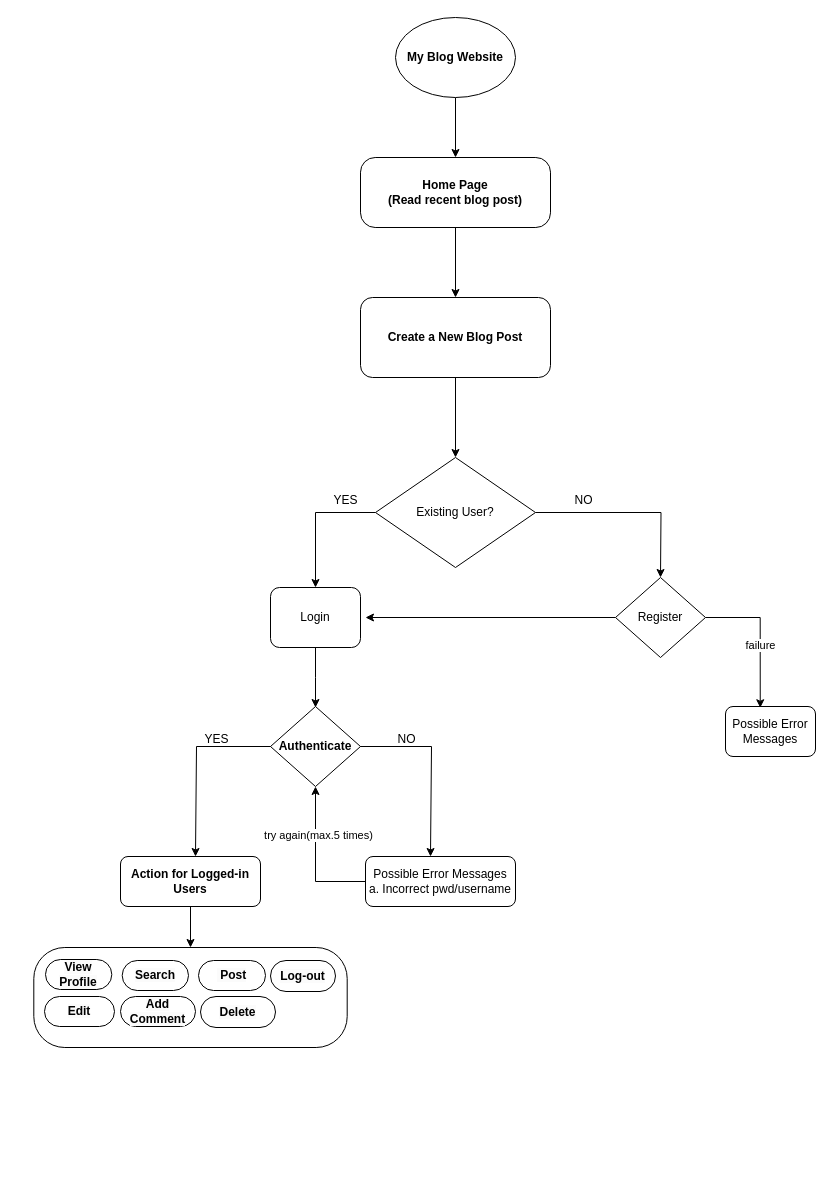
Earlier version of the draw.io diagram assets/css/Untitled Diagram.drawio (hsjoi0214/Testing_Project). Source tidied: cells renumbered, new cells numbered last; positions are measured from the earlier drawing's top-left corner, leaving out a move shared by most shapes. Both pictures are drawn from the tidied source at 100%, with x=0, y=0 at pixel (33, 17).
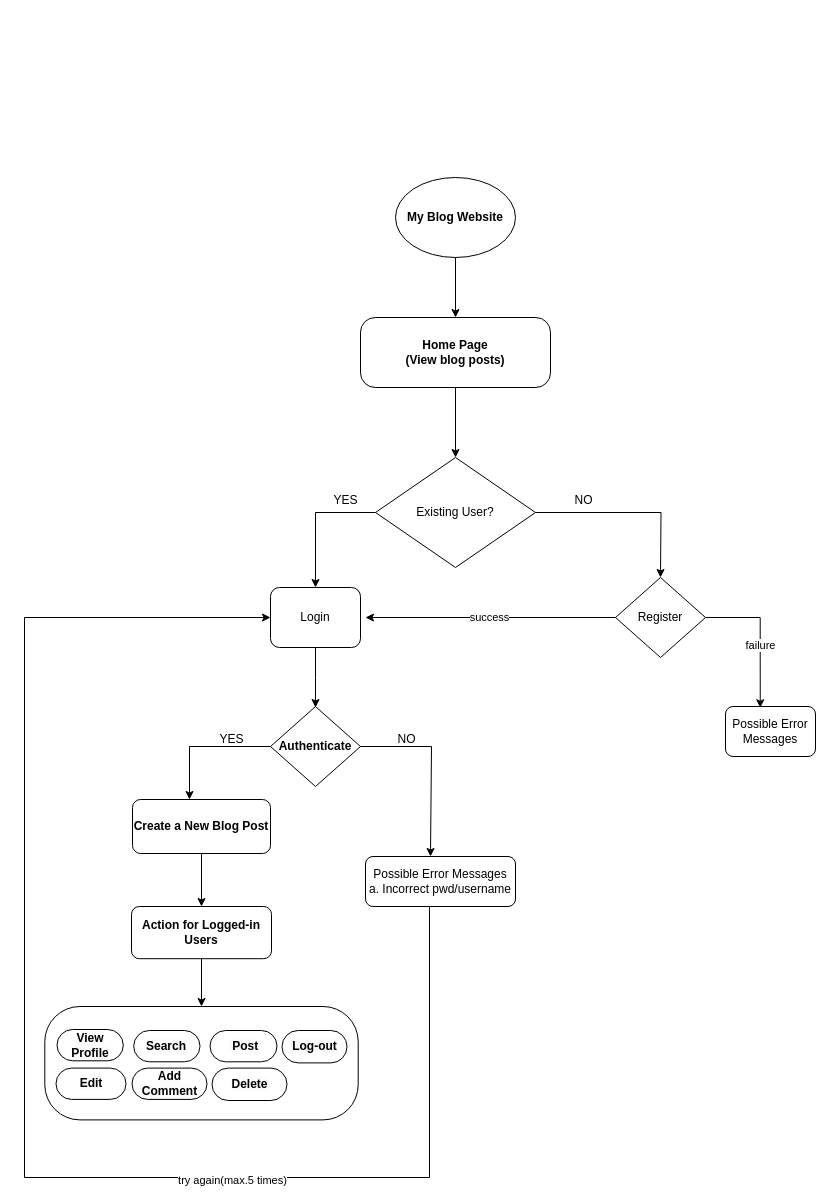
The same page after the edit.

The change refers to these unchanged cells:
```xml
<mxCell id="11" value="Existing User?" style="rhombus;whiteSpace=wrap;html=1;" parent="1" vertex="1">
  <mxGeometry x="342" y="440" width="160" height="110" as="geometry" />
</mxCell>
<mxCell id="15" style="edgeStyle=orthogonalEdgeStyle;rounded=0;jettySize=auto;html=1;exitX=0;exitY=0.5;exitDx=0;exitDy=0;" parent="1" edge="1" source="16">
  <mxGeometry relative="1" as="geometry">
    <mxPoint x="332" y="600" as="targetPoint" />
  </mxGeometry>
</mxCell>
<mxCell id="20" value="Login" style="rounded=1;whiteSpace=wrap;html=1;" parent="1" vertex="1">
  <mxGeometry x="237" y="570" width="90" height="60" as="geometry" />
</mxCell>
<mxCell id="23" value="Authenticate" style="rhombus;whiteSpace=wrap;html=1;fontStyle=1;" parent="1" vertex="1">
  <mxGeometry x="237" y="689" width="90" height="80" as="geometry" />
</mxCell>
<mxCell id="28" value="Possible Error Messages&lt;div&gt;a. Incorrect pwd/username&lt;/div&gt;" style="rounded=1;whiteSpace=wrap;html=1;" parent="1" vertex="1">
  <mxGeometry x="332" y="839" width="150" height="50" as="geometry" />
</mxCell>
```

Change to the diagram source:
```diff
@@
-    <mxCell id="2" style="rounded=1;whiteSpace=wrap;html=1;arcSize=31;" parent="1" vertex="1">
-      <mxGeometry x="0.3" y="930" width="313.4" height="100" as="geometry" />
-    </mxCell>
@@
     <mxCell id="4" value="My Blog Website" style="ellipse;whiteSpace=wrap;html=1;fontStyle=1;" parent="1" vertex="1">
-      <mxGeometry x="362" width="120" height="80" as="geometry" />
+      <mxGeometry x="362" y="160" width="120" height="80" as="geometry" />
     </mxCell>
-    <mxCell id="5" style="edgeStyle=orthogonalEdgeStyle;rounded=0;jettySize=auto;html=1;" parent="1" edge="1" source="6" target="8">
-      <mxGeometry relative="1" as="geometry" />
-    </mxCell>
+    <mxCell id="38" style="edgeStyle=orthogonalEdgeStyle;rounded=0;jettySize=auto;html=1;exitX=0.5;exitY=1;exitDx=0;exitDy=0;entryX=0.5;entryY=0;entryDx=0;entryDy=0;" parent="1" edge="1" source="6" target="11">
+      <mxGeometry relative="1" as="geometry" />
+    </mxCell>
-    <mxCell id="6" value="Home Page&lt;div&gt;(Read recent blog post)&lt;/div&gt;" style="rounded=1;whiteSpace=wrap;html=1;fontStyle=1;arcSize=21;" parent="1" vertex="1">
-      <mxGeometry x="327" y="140" width="190" height="70" as="geometry" />
+    <mxCell id="6" value="Home Page&lt;div&gt;(View blog posts)&lt;/div&gt;" style="rounded=1;whiteSpace=wrap;html=1;fontStyle=1;arcSize=21;" parent="1" vertex="1">
+      <mxGeometry x="327" y="300" width="190" height="70" as="geometry" />
     </mxCell>
-    <mxCell id="7" style="edgeStyle=orthogonalEdgeStyle;rounded=0;jettySize=auto;html=1;entryX=0.5;entryY=0;entryDx=0;entryDy=0;" parent="1" edge="1" source="8" target="11">
-      <mxGeometry relative="1" as="geometry" />
-    </mxCell>
-    <mxCell id="8" value="Create a New Blog Post" style="rounded=1;whiteSpace=wrap;html=1;fontStyle=1;" parent="1" vertex="1">
-      <mxGeometry x="327" y="280" width="190" height="80" as="geometry" />
-    </mxCell>
@@
+    <mxCell id="39" value="success" style="edgeLabel;html=1;align=center;verticalAlign=middle;" parent="15" vertex="1">
+      <mxGeometry x="0.01" y="-1" relative="1" as="geometry" />
+    </mxCell>
@@
-    <mxCell id="21" style="edgeStyle=orthogonalEdgeStyle;rounded=0;orthogonalLoop=1;jettySize=auto;html=1;exitX=0;exitY=0.5;exitDx=0;exitDy=0;fontStyle=1;" parent="1" edge="1">
-      <mxGeometry relative="1" as="geometry">
-        <mxPoint x="317" y="729" as="sourcePoint" />
-        <mxPoint x="162" y="839" as="targetPoint" />
-        <Array as="points">
-          <mxPoint x="163" y="729" />
-        </Array>
-      </mxGeometry>
-    </mxCell>
@@
+    <mxCell id="40" style="edgeStyle=orthogonalEdgeStyle;rounded=0;jettySize=auto;html=1;exitX=0;exitY=0.5;exitDx=0;exitDy=0;entryX=0.413;entryY=0;entryDx=0;entryDy=0;entryPerimeter=0;" parent="1" edge="1" source="23" target="8">
+      <mxGeometry relative="1" as="geometry" />
+    </mxCell>
@@
     <mxCell id="24" value="YES" style="text;html=1;align=center;verticalAlign=middle;strokeColor=none;fillColor=none;" parent="1" vertex="1">
-      <mxGeometry x="158" y="707" width="50" height="30" as="geometry" />
+      <mxGeometry x="173" y="707" width="50" height="30" as="geometry" />
     </mxCell>
@@
-    <mxCell id="26" style="edgeStyle=orthogonalEdgeStyle;rounded=0;jettySize=auto;html=1;exitX=0;exitY=0.5;exitDx=0;exitDy=0;entryX=0.5;entryY=1;entryDx=0;entryDy=0;" parent="1" edge="1" source="28" target="23">
-      <mxGeometry relative="1" as="geometry" />
+    <mxCell id="26" style="edgeStyle=orthogonalEdgeStyle;rounded=0;jettySize=auto;html=1;entryX=0;entryY=0.5;entryDx=0;entryDy=0;" parent="1" edge="1" source="28" target="20">
+      <mxGeometry relative="1" as="geometry">
+        <Array as="points">
+          <mxPoint x="396" y="1160" />
+          <mxPoint x="-9" y="1160" />
+          <mxPoint x="-9" y="600" />
+        </Array>
+      </mxGeometry>
     </mxCell>
     <mxCell id="27" value="try again(max.5 times)" style="edgeLabel;html=1;align=center;verticalAlign=middle;" parent="26" vertex="1">
-      <mxGeometry x="0.34" y="-2" relative="1" as="geometry" />
+      <mxGeometry x="0.34" y="-2" relative="1" as="geometry">
+        <mxPoint x="205" y="319" as="offset" />
+      </mxGeometry>
     </mxCell>
@@
+    <mxCell id="41" style="edgeStyle=orthogonalEdgeStyle;rounded=0;jettySize=auto;html=1;exitX=0.5;exitY=1;exitDx=0;exitDy=0;" parent="1" edge="1" source="8" target="30">
+      <mxGeometry relative="1" as="geometry" />
+    </mxCell>
+    <mxCell id="8" value="Create a New Blog Post" style="rounded=1;whiteSpace=wrap;html=1;fontStyle=1;" parent="1" vertex="1">
+      <mxGeometry x="99" y="782" width="138" height="54" as="geometry" />
+    </mxCell>
@@
     <mxCell id="30" value="Action for Logged-in Users" style="rounded=1;whiteSpace=wrap;html=1;fontStyle=1;" parent="1" vertex="1">
-      <mxGeometry x="87" y="839" width="140" height="50" as="geometry" />
+      <mxGeometry x="98" y="889" width="140" height="52.2" as="geometry" />
     </mxCell>
+    <mxCell id="42" style="group;" parent="1" vertex="1">
+      <mxGeometry x="11.3" y="989" width="313.4" height="113.4" as="geometry" />
+    </mxCell>
+    <mxCell id="2" style="rounded=1;whiteSpace=wrap;html=1;arcSize=31;" parent="42" vertex="1">
+      <mxGeometry width="313.4" height="113.4" as="geometry" />
+    </mxCell>
-    <mxCell id="31" value="&lt;span style=&quot;color: rgb(0, 0, 0); font-family: Helvetica; font-size: 12px; font-style: normal; font-variant-ligatures: normal; font-variant-caps: normal; font-weight: 700; letter-spacing: normal; orphans: 2; text-align: center; text-indent: 0px; text-transform: none; widows: 2; word-spacing: 0px; -webkit-text-stroke-width: 0px; white-space: normal; background-color: rgb(251, 251, 251); text-decoration-thickness: initial; text-decoration-style: initial; text-decoration-color: initial; display: inline !important; float: none;&quot;&gt;&amp;nbsp;Post&lt;/span&gt;" style="rounded=1;whiteSpace=wrap;html=1;arcSize=50;" parent="1" vertex="1">
-      <mxGeometry x="165" y="943" width="67" height="30" as="geometry" />
+    <mxCell id="31" value="&lt;span style=&quot;color: rgb(0, 0, 0); font-family: Helvetica; font-size: 12px; font-style: normal; font-variant-ligatures: normal; font-variant-caps: normal; font-weight: 700; letter-spacing: normal; orphans: 2; text-align: center; text-indent: 0px; text-transform: none; widows: 2; word-spacing: 0px; -webkit-text-stroke-width: 0px; white-space: normal; background-color: rgb(251, 251, 251); text-decoration-thickness: initial; text-decoration-style: initial; text-decoration-color: initial; display: inline !important; float: none;&quot;&gt;&amp;nbsp;Post&lt;/span&gt;" style="rounded=1;whiteSpace=wrap;html=1;arcSize=50;" parent="42" vertex="1">
+      <mxGeometry x="165.2" y="24" width="67" height="31.3" as="geometry" />
     </mxCell>
-    <mxCell id="32" value="&lt;span style=&quot;color: rgb(0, 0, 0); font-family: Helvetica; font-size: 12px; font-style: normal; font-variant-ligatures: normal; font-variant-caps: normal; font-weight: 700; letter-spacing: normal; orphans: 2; text-align: center; text-indent: 0px; text-transform: none; widows: 2; word-spacing: 0px; -webkit-text-stroke-width: 0px; white-space: normal; background-color: rgb(251, 251, 251); text-decoration-thickness: initial; text-decoration-style: initial; text-decoration-color: initial; display: inline !important; float: none;&quot;&gt;Edit&lt;/span&gt;" style="rounded=1;whiteSpace=wrap;html=1;arcSize=50;" parent="1" vertex="1">
-      <mxGeometry x="11" y="979" width="70" height="30" as="geometry" />
+    <mxCell id="32" value="&lt;span style=&quot;color: rgb(0, 0, 0); font-family: Helvetica; font-size: 12px; font-style: normal; font-variant-ligatures: normal; font-variant-caps: normal; font-weight: 700; letter-spacing: normal; orphans: 2; text-align: center; text-indent: 0px; text-transform: none; widows: 2; word-spacing: 0px; -webkit-text-stroke-width: 0px; white-space: normal; background-color: rgb(251, 251, 251); text-decoration-thickness: initial; text-decoration-style: initial; text-decoration-color: initial; display: inline !important; float: none;&quot;&gt;Edit&lt;/span&gt;" style="rounded=1;whiteSpace=wrap;html=1;arcSize=50;" parent="42" vertex="1">
+      <mxGeometry x="11.2" y="61.6" width="70" height="31.3" as="geometry" />
     </mxCell>
-    <mxCell id="33" value="&lt;span style=&quot;color: rgb(0, 0, 0); font-family: Helvetica; font-size: 12px; font-style: normal; font-variant-ligatures: normal; font-variant-caps: normal; font-weight: 700; letter-spacing: normal; orphans: 2; text-align: center; text-indent: 0px; text-transform: none; widows: 2; word-spacing: 0px; -webkit-text-stroke-width: 0px; white-space: normal; background-color: rgb(251, 251, 251); text-decoration-thickness: initial; text-decoration-style: initial; text-decoration-color: initial; display: inline !important; float: none;&quot;&gt;Delete&lt;/span&gt;" style="rounded=1;whiteSpace=wrap;html=1;arcSize=50;" parent="1" vertex="1">
-      <mxGeometry x="167" y="979" width="75" height="31" as="geometry" />
+    <mxCell id="33" value="&lt;span style=&quot;color: rgb(0, 0, 0); font-family: Helvetica; font-size: 12px; font-style: normal; font-variant-ligatures: normal; font-variant-caps: normal; font-weight: 700; letter-spacing: normal; orphans: 2; text-align: center; text-indent: 0px; text-transform: none; widows: 2; word-spacing: 0px; -webkit-text-stroke-width: 0px; white-space: normal; background-color: rgb(251, 251, 251); text-decoration-thickness: initial; text-decoration-style: initial; text-decoration-color: initial; display: inline !important; float: none;&quot;&gt;Delete&lt;/span&gt;" style="rounded=1;whiteSpace=wrap;html=1;arcSize=50;" parent="42" vertex="1">
+      <mxGeometry x="167.2" y="61.6" width="75" height="32.4" as="geometry" />
     </mxCell>
-    <mxCell id="34" value="&lt;span style=&quot;color: rgb(0, 0, 0); font-family: Helvetica; font-size: 12px; font-style: normal; font-variant-ligatures: normal; font-variant-caps: normal; font-weight: 700; letter-spacing: normal; orphans: 2; text-align: center; text-indent: 0px; text-transform: none; widows: 2; word-spacing: 0px; -webkit-text-stroke-width: 0px; white-space: normal; background-color: rgb(251, 251, 251); text-decoration-thickness: initial; text-decoration-style: initial; text-decoration-color: initial; display: inline !important; float: none;&quot;&gt;Add Comment&lt;/span&gt;" style="rounded=1;whiteSpace=wrap;html=1;arcSize=50;" parent="1" vertex="1">
-      <mxGeometry x="87" y="979" width="75" height="30" as="geometry" />
+    <mxCell id="34" value="&lt;span style=&quot;color: rgb(0, 0, 0); font-family: Helvetica; font-size: 12px; font-style: normal; font-variant-ligatures: normal; font-variant-caps: normal; font-weight: 700; letter-spacing: normal; orphans: 2; text-align: center; text-indent: 0px; text-transform: none; widows: 2; word-spacing: 0px; -webkit-text-stroke-width: 0px; white-space: normal; background-color: rgb(251, 251, 251); text-decoration-thickness: initial; text-decoration-style: initial; text-decoration-color: initial; display: inline !important; float: none;&quot;&gt;Add Comment&lt;/span&gt;" style="rounded=1;whiteSpace=wrap;html=1;arcSize=50;" parent="42" vertex="1">
+      <mxGeometry x="87.2" y="61.6" width="75" height="31.3" as="geometry" />
     </mxCell>
-    <mxCell id="35" value="&lt;span style=&quot;color: rgb(0, 0, 0); font-family: Helvetica; font-size: 12px; font-style: normal; font-variant-ligatures: normal; font-variant-caps: normal; font-weight: 700; letter-spacing: normal; orphans: 2; text-align: center; text-indent: 0px; text-transform: none; widows: 2; word-spacing: 0px; -webkit-text-stroke-width: 0px; white-space: normal; background-color: rgb(251, 251, 251); text-decoration-thickness: initial; text-decoration-style: initial; text-decoration-color: initial; display: inline !important; float: none;&quot;&gt;Search&lt;/span&gt;" style="rounded=1;whiteSpace=wrap;html=1;arcSize=50;" parent="1" vertex="1">
-      <mxGeometry x="88.7" y="943" width="66.3" height="30" as="geometry" />
+    <mxCell id="35" value="&lt;span style=&quot;color: rgb(0, 0, 0); font-family: Helvetica; font-size: 12px; font-style: normal; font-variant-ligatures: normal; font-variant-caps: normal; font-weight: 700; letter-spacing: normal; orphans: 2; text-align: center; text-indent: 0px; text-transform: none; widows: 2; word-spacing: 0px; -webkit-text-stroke-width: 0px; white-space: normal; background-color: rgb(251, 251, 251); text-decoration-thickness: initial; text-decoration-style: initial; text-decoration-color: initial; display: inline !important; float: none;&quot;&gt;Search&lt;/span&gt;" style="rounded=1;whiteSpace=wrap;html=1;arcSize=50;" parent="42" vertex="1">
+      <mxGeometry x="88.9" y="24" width="66.3" height="31.3" as="geometry" />
     </mxCell>
-    <mxCell id="36" value="&lt;span style=&quot;color: rgb(0, 0, 0); font-family: Helvetica; font-size: 12px; font-style: normal; font-variant-ligatures: normal; font-variant-caps: normal; font-weight: 700; letter-spacing: normal; orphans: 2; text-align: center; text-indent: 0px; text-transform: none; widows: 2; word-spacing: 0px; -webkit-text-stroke-width: 0px; white-space: normal; background-color: rgb(251, 251, 251); text-decoration-thickness: initial; text-decoration-style: initial; text-decoration-color: initial; display: inline !important; float: none;&quot;&gt;View Profile&lt;/span&gt;" style="rounded=1;whiteSpace=wrap;html=1;arcSize=50;" parent="1" vertex="1">
-      <mxGeometry x="12" y="942" width="66.3" height="30" as="geometry" />
+    <mxCell id="36" value="&lt;span style=&quot;color: rgb(0, 0, 0); font-family: Helvetica; font-size: 12px; font-style: normal; font-variant-ligatures: normal; font-variant-caps: normal; font-weight: 700; letter-spacing: normal; orphans: 2; text-align: center; text-indent: 0px; text-transform: none; widows: 2; word-spacing: 0px; -webkit-text-stroke-width: 0px; white-space: normal; background-color: rgb(251, 251, 251); text-decoration-thickness: initial; text-decoration-style: initial; text-decoration-color: initial; display: inline !important; float: none;&quot;&gt;View Profile&lt;/span&gt;" style="rounded=1;whiteSpace=wrap;html=1;arcSize=50;" parent="42" vertex="1">
+      <mxGeometry x="12.2" y="23" width="66.3" height="31.3" as="geometry" />
     </mxCell>
-    <mxCell id="37" value="&lt;span style=&quot;color: rgb(0, 0, 0); font-family: Helvetica; font-size: 12px; font-style: normal; font-variant-ligatures: normal; font-variant-caps: normal; font-weight: 700; letter-spacing: normal; orphans: 2; text-align: center; text-indent: 0px; text-transform: none; widows: 2; word-spacing: 0px; -webkit-text-stroke-width: 0px; white-space: normal; background-color: rgb(251, 251, 251); text-decoration-thickness: initial; text-decoration-style: initial; text-decoration-color: initial; display: inline !important; float: none;&quot;&gt;Log-out&lt;/span&gt;" style="rounded=1;whiteSpace=wrap;html=1;arcSize=50;" parent="1" vertex="1">
-      <mxGeometry x="237" y="943" width="65" height="31" as="geometry" />
+    <mxCell id="37" value="&lt;span style=&quot;color: rgb(0, 0, 0); font-family: Helvetica; font-size: 12px; font-style: normal; font-variant-ligatures: normal; font-variant-caps: normal; font-weight: 700; letter-spacing: normal; orphans: 2; text-align: center; text-indent: 0px; text-transform: none; widows: 2; word-spacing: 0px; -webkit-text-stroke-width: 0px; white-space: normal; background-color: rgb(251, 251, 251); text-decoration-thickness: initial; text-decoration-style: initial; text-decoration-color: initial; display: inline !important; float: none;&quot;&gt;Log-out&lt;/span&gt;" style="rounded=1;whiteSpace=wrap;html=1;arcSize=50;" parent="42" vertex="1">
+      <mxGeometry x="237.2" y="24" width="65" height="32.4" as="geometry" />
     </mxCell>
```
